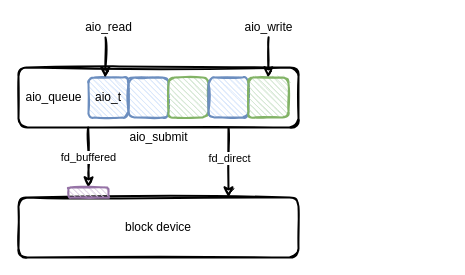
Earlier version of the draw.io diagram ceph/bluestore.drawio (EarthWind/deeparch). Source tidied: cells renumbered, new cells numbered last; positions are measured from the earlier drawing's top-left corner, leaving out a move shared by most shapes. Both pictures are drawn from the tidied source at 100%, with x=0, y=0 at pixel (18, 17).
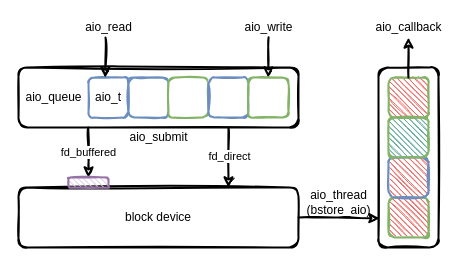
The same page after the edit.

Diff of the diagram source:
```diff
@@
+    <mxCell id="19" style="rounded=1;whiteSpace=wrap;html=1;strokeWidth=2;fillWeight=1;hachureGap=4;hachureAngle=45;sketch=1;" parent="1" vertex="1">
+      <mxGeometry x="360" y="50" width="60" height="180" as="geometry" />
+    </mxCell>
@@
-    <mxCell id="5" value="aio_t" style="rounded=1;whiteSpace=wrap;html=1;strokeWidth=2;fillWeight=1;hachureGap=4;hachureAngle=45;sketch=1;fillColor=#dae8fc;strokeColor=#6c8ebf;" parent="1" vertex="1">
+    <mxCell id="5" value="aio_t" style="rounded=1;whiteSpace=wrap;html=1;strokeWidth=2;fillWeight=1;hachureGap=4;hachureAngle=45;sketch=1;fillColor=#FFFFFF;strokeColor=#6c8ebf;" parent="1" vertex="1">
       <mxGeometry x="70" y="60" width="40" height="40" as="geometry" />
     </mxCell>
-    <mxCell id="6" style="rounded=1;whiteSpace=wrap;html=1;strokeWidth=2;fillWeight=1;hachureGap=4;hachureAngle=45;sketch=1;fillColor=#dae8fc;strokeColor=#6c8ebf;" parent="1" vertex="1">
+    <mxCell id="6" style="rounded=1;whiteSpace=wrap;html=1;strokeWidth=2;fillWeight=1;hachureGap=4;hachureAngle=45;sketch=1;fillColor=#FFFFFF;strokeColor=#6c8ebf;" parent="1" vertex="1">
       <mxGeometry x="110" y="60" width="40" height="40" as="geometry" />
     </mxCell>
-    <mxCell id="7" style="rounded=1;whiteSpace=wrap;html=1;strokeWidth=2;fillWeight=1;hachureGap=4;hachureAngle=45;sketch=1;fillColor=#d5e8d4;strokeColor=#82b366;" parent="1" vertex="1">
+    <mxCell id="7" style="rounded=1;whiteSpace=wrap;html=1;strokeWidth=2;fillWeight=1;hachureGap=4;hachureAngle=45;sketch=1;fillColor=#FFFFFF;strokeColor=#82b366;" parent="1" vertex="1">
       <mxGeometry x="150" y="60" width="40" height="40" as="geometry" />
     </mxCell>
-    <mxCell id="8" style="rounded=1;whiteSpace=wrap;html=1;strokeWidth=2;fillWeight=1;hachureGap=4;hachureAngle=45;sketch=1;fillColor=#dae8fc;strokeColor=#6c8ebf;" parent="1" vertex="1">
+    <mxCell id="8" style="rounded=1;whiteSpace=wrap;html=1;strokeWidth=2;fillWeight=1;hachureGap=4;hachureAngle=45;sketch=1;fillColor=#FFFFFF;strokeColor=#6c8ebf;" parent="1" vertex="1">
       <mxGeometry x="190" y="60" width="40" height="40" as="geometry" />
     </mxCell>
-    <mxCell id="9" style="rounded=1;whiteSpace=wrap;html=1;strokeWidth=2;fillWeight=1;hachureGap=4;hachureAngle=45;sketch=1;fillColor=#d5e8d4;strokeColor=#82b366;" parent="1" vertex="1">
+    <mxCell id="9" style="rounded=1;whiteSpace=wrap;html=1;strokeWidth=2;fillWeight=1;hachureGap=4;hachureAngle=45;sketch=1;fillColor=#FFFFFF;strokeColor=#82b366;" parent="1" vertex="1">
       <mxGeometry x="230" y="60" width="40" height="40" as="geometry" />
     </mxCell>
@@
+    <mxCell id="20" style="edgeStyle=orthogonalEdgeStyle;rounded=0;sketch=1;jettySize=auto;html=1;entryX=0.017;entryY=0.838;entryDx=0;entryDy=0;entryPerimeter=0;strokeWidth=2;" parent="1" edge="1" source="15" target="19">
+      <mxGeometry relative="1" as="geometry" />
+    </mxCell>
     <mxCell id="15" value="block device" style="rounded=1;whiteSpace=wrap;html=1;strokeWidth=2;fillWeight=1;hachureGap=4;hachureAngle=45;sketch=1;" parent="1" vertex="1">
-      <mxGeometry y="180" width="280" height="60" as="geometry" />
+      <mxGeometry y="170" width="280" height="60" as="geometry" />
     </mxCell>
@@
     <mxCell id="18" style="rounded=1;whiteSpace=wrap;html=1;strokeWidth=2;fillWeight=1;hachureGap=4;hachureAngle=45;sketch=1;fillColor=#e1d5e7;strokeColor=#9673a6;" parent="1" vertex="1">
-      <mxGeometry x="50" y="170" width="40" height="10" as="geometry" />
+      <mxGeometry x="50" y="160" width="40" height="10" as="geometry" />
     </mxCell>
+    <mxCell id="21" style="rounded=1;whiteSpace=wrap;html=1;strokeWidth=2;fillWeight=1;hachureGap=4;hachureAngle=45;sketch=1;fillColor=#EA6B66;strokeColor=#82b366;" parent="1" vertex="1">
+      <mxGeometry x="370" y="180" width="40" height="40" as="geometry" />
+    </mxCell>
+    <mxCell id="22" style="rounded=1;whiteSpace=wrap;html=1;strokeWidth=2;fillWeight=1;hachureGap=4;hachureAngle=45;sketch=1;fillColor=#EA6B66;strokeColor=#6c8ebf;" parent="1" vertex="1">
+      <mxGeometry x="370" y="140" width="40" height="40" as="geometry" />
+    </mxCell>
+    <mxCell id="23" style="rounded=1;whiteSpace=wrap;html=1;strokeWidth=2;fillWeight=1;hachureGap=4;hachureAngle=45;sketch=1;fillColor=#67AB9F;strokeColor=#82b366;" parent="1" vertex="1">
+      <mxGeometry x="370" y="100" width="40" height="40" as="geometry" />
+    </mxCell>
+    <mxCell id="24" style="rounded=1;whiteSpace=wrap;html=1;strokeWidth=2;fillWeight=1;hachureGap=4;hachureAngle=45;sketch=1;fillColor=#EA6B66;strokeColor=#82b366;" parent="1" vertex="1">
+      <mxGeometry x="370" y="60" width="40" height="40" as="geometry" />
+    </mxCell>
+    <mxCell id="25" value="aio_thread&lt;br&gt;(bstore_aio)" style="text;html=1;align=center;verticalAlign=middle;strokeColor=none;fillColor=none;" parent="1" vertex="1">
+      <mxGeometry x="280" y="170" width="80" height="30" as="geometry" />
+    </mxCell>
+    <mxCell id="26" style="endArrow=classic;html=1;rounded=0;sketch=1;strokeWidth=2;exitX=0.5;exitY=0;exitDx=0;exitDy=0;" parent="1" edge="1" source="24">
+      <mxGeometry relative="1" as="geometry">
+        <mxPoint x="390" y="20" as="targetPoint" />
+      </mxGeometry>
+    </mxCell>
+    <mxCell id="27" value="aio_callback" style="text;html=1;align=center;verticalAlign=middle;strokeColor=none;fillColor=none;" parent="1" vertex="1">
+      <mxGeometry x="350" width="80" height="20" as="geometry" />
+    </mxCell>
```
